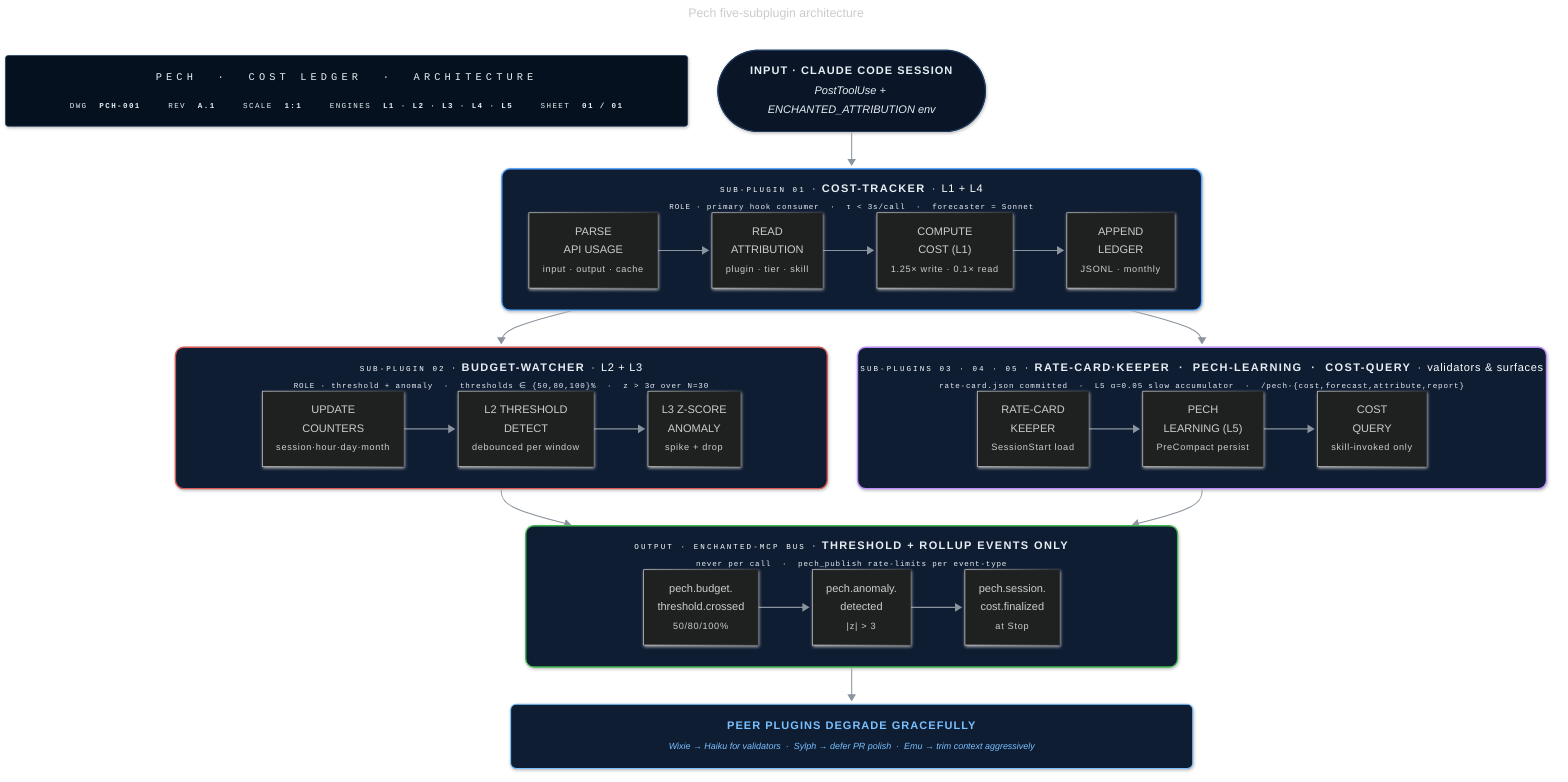
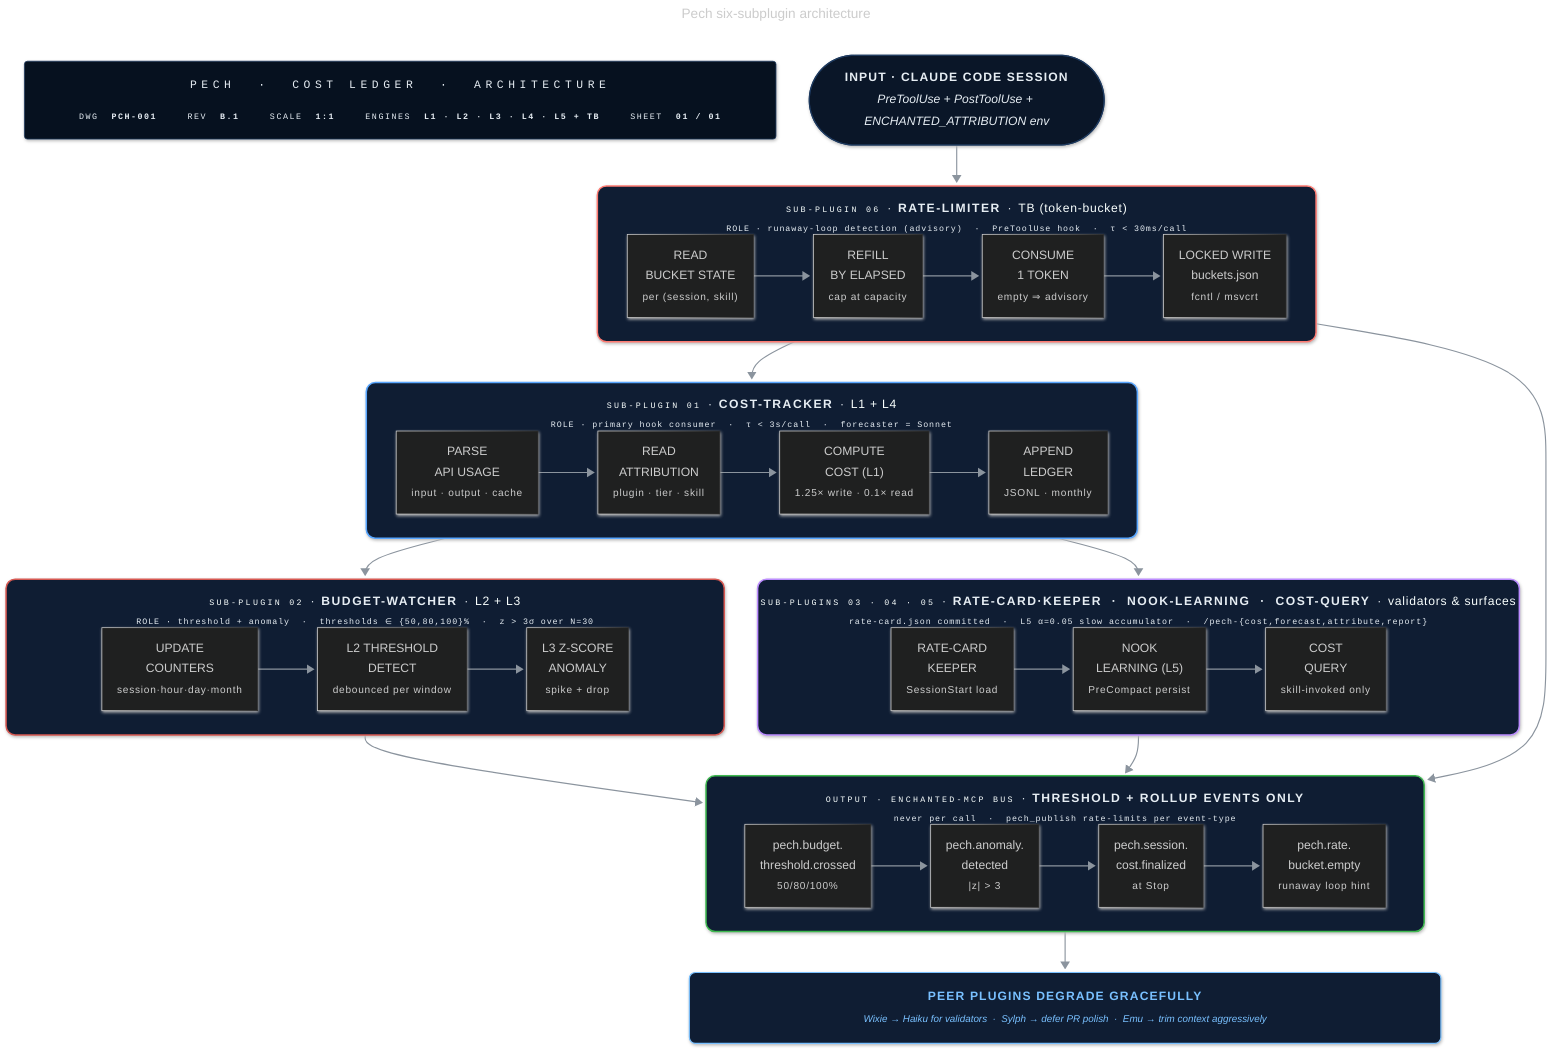
---
- title: Pech five-subplugin architecture
+ title: Pech six-subplugin architecture
config:
  look: neo
  theme: dark
  flowchart:
    curve: basis
    padding: 18
    nodeSpacing: 44
    rankSpacing: 54
    htmlLabels: true
    subGraphTitleMargin:
      top: 14
      bottom: 18
---
flowchart TB
-     TitleBlock["<div style='font-family:ui-monospace,SFMono-Regular,Consolas,monospace;text-align:center;min-width:940px;padding:6px 10px;line-height:1.8'><div style='color:#58a6ff;font-size:15px;letter-spacing:6px;border-bottom:1px solid #1e3a5f;padding-bottom:10px;margin-bottom:10px'>PECH &nbsp;·&nbsp; COST&nbsp;LEDGER &nbsp;·&nbsp; ARCHITECTURE</div><div style='display:flex;gap:40px;justify-content:center;font-size:11px;color:#8b949e;letter-spacing:2px'><span>DWG&nbsp;&nbsp;<b style='color:#e6edf3'>PCH-001</b></span><span>REV&nbsp;&nbsp;<b style='color:#e6edf3'>A.1</b></span><span>SCALE&nbsp;&nbsp;<b style='color:#e6edf3'>1:1</b></span><span>ENGINES&nbsp;&nbsp;<b style='color:#e6edf3'>L1&nbsp;·&nbsp;L2&nbsp;·&nbsp;L3&nbsp;·&nbsp;L4&nbsp;·&nbsp;L5</b></span><span>SHEET&nbsp;&nbsp;<b style='color:#e6edf3'>01&nbsp;/&nbsp;01</b></span></div></div>"]
+     TitleBlock["<div style='font-family:ui-monospace,SFMono-Regular,Consolas,monospace;text-align:center;min-width:940px;padding:6px 10px;line-height:1.8'><div style='color:#58a6ff;font-size:15px;letter-spacing:6px;border-bottom:1px solid #1e3a5f;padding-bottom:10px;margin-bottom:10px'>PECH &nbsp;·&nbsp; COST&nbsp;LEDGER &nbsp;·&nbsp; ARCHITECTURE</div><div style='display:flex;gap:40px;justify-content:center;font-size:11px;color:#8b949e;letter-spacing:2px'><span>DWG&nbsp;&nbsp;<b style='color:#e6edf3'>PCH-001</b></span><span>REV&nbsp;&nbsp;<b style='color:#e6edf3'>B.1</b></span><span>SCALE&nbsp;&nbsp;<b style='color:#e6edf3'>1:1</b></span><span>ENGINES&nbsp;&nbsp;<b style='color:#e6edf3'>L1&nbsp;·&nbsp;L2&nbsp;·&nbsp;L3&nbsp;·&nbsp;L4&nbsp;·&nbsp;L5&nbsp;+&nbsp;TB</b></span><span>SHEET&nbsp;&nbsp;<b style='color:#e6edf3'>01&nbsp;/&nbsp;01</b></span></div></div>"]

-     Session(["<div style='text-align:center;line-height:1.8;padding:4px 12px'><b style='letter-spacing:1.5px'>INPUT&nbsp;·&nbsp;CLAUDE&nbsp;CODE&nbsp;SESSION</b><br/><em style='color:#8b949e;font-size:13px;font-weight:400'>PostToolUse + ENCHANTED_ATTRIBUTION env</em></div>"])
+     Session(["<div style='text-align:center;line-height:1.8;padding:4px 12px'><b style='letter-spacing:1.5px'>INPUT&nbsp;·&nbsp;CLAUDE&nbsp;CODE&nbsp;SESSION</b><br/><em style='color:#8b949e;font-size:13px;font-weight:400'>PreToolUse + PostToolUse + ENCHANTED_ATTRIBUTION env</em></div>"])
+ 
+     subgraph RateGate["<div style='text-align:center;min-width:940px;line-height:2'><div><span style='font-family:ui-monospace,monospace;color:#8b949e;font-size:11px;letter-spacing:3px'>SUB-PLUGIN&nbsp;06</span>&nbsp;&nbsp;·&nbsp;&nbsp;<b style='letter-spacing:2px'>RATE-LIMITER</b>&nbsp;&nbsp;·&nbsp;&nbsp;<span style='color:#ff7b72;letter-spacing:1px'>TB&nbsp;(token-bucket)</span></div><div style='color:#6e7681;font-size:11px;font-family:ui-monospace,monospace;letter-spacing:1.2px'>ROLE&nbsp;·&nbsp;runaway-loop&nbsp;detection&nbsp;(advisory)&nbsp;&nbsp;·&nbsp;&nbsp;PreToolUse&nbsp;hook&nbsp;&nbsp;·&nbsp;&nbsp;τ&nbsp;&lt;&nbsp;30ms/call</div></div>"]
+         direction LR
+         bucket["<div style='text-align:center;line-height:1.7;padding:2px 4px'>READ<br/>BUCKET&nbsp;STATE<br/><small style='color:#6e7681;letter-spacing:1px'>per&nbsp;(session,&nbsp;skill)</small></div>"] --> refill["<div style='text-align:center;line-height:1.7;padding:2px 4px'>REFILL<br/>BY&nbsp;ELAPSED<br/><small style='color:#6e7681;letter-spacing:1px'>cap&nbsp;at&nbsp;capacity</small></div>"] --> consume["<div style='text-align:center;line-height:1.7;padding:2px 4px'>CONSUME<br/>1&nbsp;TOKEN<br/><small style='color:#6e7681;letter-spacing:1px'>empty&nbsp;⇒&nbsp;advisory</small></div>"] --> persist["<div style='text-align:center;line-height:1.7;padding:2px 4px'>LOCKED&nbsp;WRITE<br/>buckets.json<br/><small style='color:#6e7681;letter-spacing:1px'>fcntl&nbsp;/&nbsp;msvcrt</small></div>"]
+     end

    subgraph Observe["<div style='text-align:center;min-width:940px;line-height:2'><div><span style='font-family:ui-monospace,monospace;color:#8b949e;font-size:11px;letter-spacing:3px'>SUB-PLUGIN&nbsp;01</span>&nbsp;&nbsp;·&nbsp;&nbsp;<b style='letter-spacing:2px'>COST-TRACKER</b>&nbsp;&nbsp;·&nbsp;&nbsp;<span style='color:#58a6ff;letter-spacing:1px'>L1&nbsp;+&nbsp;L4</span></div><div style='color:#6e7681;font-size:11px;font-family:ui-monospace,monospace;letter-spacing:1.2px'>ROLE&nbsp;·&nbsp;primary&nbsp;hook&nbsp;consumer&nbsp;&nbsp;·&nbsp;&nbsp;τ&nbsp;&lt;&nbsp;3s/call&nbsp;&nbsp;·&nbsp;&nbsp;forecaster&nbsp;=&nbsp;Sonnet</div></div>"]
        direction LR
        parse["<div style='text-align:center;line-height:1.7;padding:2px 4px'>PARSE<br/>API&nbsp;USAGE<br/><small style='color:#6e7681;letter-spacing:1px'>input&nbsp;·&nbsp;output&nbsp;·&nbsp;cache</small></div>"] --> attr["<div style='text-align:center;line-height:1.7;padding:2px 4px'>READ<br/>ATTRIBUTION<br/><small style='color:#6e7681;letter-spacing:1px'>plugin&nbsp;·&nbsp;tier&nbsp;·&nbsp;skill</small></div>"] --> cost["<div style='text-align:center;line-height:1.7;padding:2px 4px'>COMPUTE<br/>COST&nbsp;(L1)<br/><small style='color:#6e7681;letter-spacing:1px'>1.25×&nbsp;write&nbsp;·&nbsp;0.1×&nbsp;read</small></div>"] --> ledger["<div style='text-align:center;line-height:1.7;padding:2px 4px'>APPEND<br/>LEDGER<br/><small style='color:#6e7681;letter-spacing:1px'>JSONL&nbsp;·&nbsp;monthly</small></div>"]
    end

    subgraph Guard["<div style='text-align:center;min-width:940px;line-height:2'><div><span style='font-family:ui-monospace,monospace;color:#8b949e;font-size:11px;letter-spacing:3px'>SUB-PLUGIN&nbsp;02</span>&nbsp;&nbsp;·&nbsp;&nbsp;<b style='letter-spacing:2px'>BUDGET-WATCHER</b>&nbsp;&nbsp;·&nbsp;&nbsp;<span style='color:#3fb950;letter-spacing:1px'>L2&nbsp;+&nbsp;L3</span></div><div style='color:#6e7681;font-size:11px;font-family:ui-monospace,monospace;letter-spacing:1.2px'>ROLE&nbsp;·&nbsp;threshold&nbsp;+&nbsp;anomaly&nbsp;&nbsp;·&nbsp;&nbsp;thresholds&nbsp;∈&nbsp;{50,80,100}%&nbsp;&nbsp;·&nbsp;&nbsp;z&nbsp;&gt;&nbsp;3σ&nbsp;over&nbsp;N=30</div></div>"]
        direction LR
        counters["<div style='text-align:center;line-height:1.7;padding:2px 4px'>UPDATE<br/>COUNTERS<br/><small style='color:#6e7681;letter-spacing:1px'>session·hour·day·month</small></div>"] --> threshold["<div style='text-align:center;line-height:1.7;padding:2px 4px'>L2&nbsp;THRESHOLD<br/>DETECT<br/><small style='color:#6e7681;letter-spacing:1px'>debounced&nbsp;per&nbsp;window</small></div>"] --> anomaly["<div style='text-align:center;line-height:1.7;padding:2px 4px'>L3&nbsp;Z-SCORE<br/>ANOMALY<br/><small style='color:#6e7681;letter-spacing:1px'>spike&nbsp;+&nbsp;drop</small></div>"]
    end

-     subgraph Support["<div style='text-align:center;min-width:940px;line-height:2'><div><span style='font-family:ui-monospace,monospace;color:#8b949e;font-size:11px;letter-spacing:3px'>SUB-PLUGINS&nbsp;03&nbsp;·&nbsp;04&nbsp;·&nbsp;05</span>&nbsp;&nbsp;·&nbsp;&nbsp;<b style='letter-spacing:2px'>RATE-CARD·KEEPER&nbsp;&nbsp;·&nbsp;&nbsp;PECH-LEARNING&nbsp;&nbsp;·&nbsp;&nbsp;COST-QUERY</b>&nbsp;&nbsp;·&nbsp;&nbsp;<span style='color:#bc8cff;letter-spacing:1px'>validators&nbsp;&amp;&nbsp;surfaces</span></div><div style='color:#6e7681;font-size:11px;font-family:ui-monospace,monospace;letter-spacing:1.2px'>rate-card.json&nbsp;committed&nbsp;&nbsp;·&nbsp;&nbsp;L5&nbsp;α=0.05&nbsp;slow&nbsp;accumulator&nbsp;&nbsp;·&nbsp;&nbsp;/pech-{cost,forecast,attribute,report}</div></div>"]
+     subgraph Support["<div style='text-align:center;min-width:940px;line-height:2'><div><span style='font-family:ui-monospace,monospace;color:#8b949e;font-size:11px;letter-spacing:3px'>SUB-PLUGINS&nbsp;03&nbsp;·&nbsp;04&nbsp;·&nbsp;05</span>&nbsp;&nbsp;·&nbsp;&nbsp;<b style='letter-spacing:2px'>RATE-CARD·KEEPER&nbsp;&nbsp;·&nbsp;&nbsp;NOOK-LEARNING&nbsp;&nbsp;·&nbsp;&nbsp;COST-QUERY</b>&nbsp;&nbsp;·&nbsp;&nbsp;<span style='color:#bc8cff;letter-spacing:1px'>validators&nbsp;&amp;&nbsp;surfaces</span></div><div style='color:#6e7681;font-size:11px;font-family:ui-monospace,monospace;letter-spacing:1.2px'>rate-card.json&nbsp;committed&nbsp;&nbsp;·&nbsp;&nbsp;L5&nbsp;α=0.05&nbsp;slow&nbsp;accumulator&nbsp;&nbsp;·&nbsp;&nbsp;/pech-{cost,forecast,attribute,report}</div></div>"]
        direction LR
-         ratecard["<div style='text-align:center;line-height:1.7;padding:2px 4px'>RATE-CARD<br/>KEEPER<br/><small style='color:#6e7681;letter-spacing:1px'>SessionStart&nbsp;load</small></div>"] --> learn["<div style='text-align:center;line-height:1.7;padding:2px 4px'>PECH<br/>LEARNING&nbsp;(L5)<br/><small style='color:#6e7681;letter-spacing:1px'>PreCompact&nbsp;persist</small></div>"] --> query["<div style='text-align:center;line-height:1.7;padding:2px 4px'>COST<br/>QUERY<br/><small style='color:#6e7681;letter-spacing:1px'>skill-invoked&nbsp;only</small></div>"]
+         ratecard["<div style='text-align:center;line-height:1.7;padding:2px 4px'>RATE-CARD<br/>KEEPER<br/><small style='color:#6e7681;letter-spacing:1px'>SessionStart&nbsp;load</small></div>"] --> learn["<div style='text-align:center;line-height:1.7;padding:2px 4px'>NOOK<br/>LEARNING&nbsp;(L5)<br/><small style='color:#6e7681;letter-spacing:1px'>PreCompact&nbsp;persist</small></div>"] --> query["<div style='text-align:center;line-height:1.7;padding:2px 4px'>COST<br/>QUERY<br/><small style='color:#6e7681;letter-spacing:1px'>skill-invoked&nbsp;only</small></div>"]
    end

    subgraph Bus["<div style='text-align:center;min-width:940px;line-height:2'><div><span style='font-family:ui-monospace,monospace;color:#8b949e;font-size:11px;letter-spacing:3px'>OUTPUT&nbsp;·&nbsp;ENCHANTED-MCP&nbsp;BUS</span>&nbsp;&nbsp;·&nbsp;&nbsp;<b style='letter-spacing:2px'>THRESHOLD&nbsp;+&nbsp;ROLLUP&nbsp;EVENTS&nbsp;ONLY</b></div><div style='color:#6e7681;font-size:11px;font-family:ui-monospace,monospace;letter-spacing:1.2px'>never&nbsp;per&nbsp;call&nbsp;&nbsp;·&nbsp;&nbsp;pech_publish&nbsp;rate-limits&nbsp;per&nbsp;event-type</div></div>"]
        direction LR
-         evt1["<div style='text-align:center;line-height:1.7;padding:2px 4px'>pech.budget.<br/>threshold.crossed<br/><small style='color:#6e7681;letter-spacing:1px'>50/80/100%</small></div>"] --> evt2["<div style='text-align:center;line-height:1.7;padding:2px 4px'>pech.anomaly.<br/>detected<br/><small style='color:#6e7681;letter-spacing:1px'>|z|&nbsp;&gt;&nbsp;3</small></div>"] --> evt3["<div style='text-align:center;line-height:1.7;padding:2px 4px'>pech.session.<br/>cost.finalized<br/><small style='color:#6e7681;letter-spacing:1px'>at&nbsp;Stop</small></div>"]
+         evt1["<div style='text-align:center;line-height:1.7;padding:2px 4px'>pech.budget.<br/>threshold.crossed<br/><small style='color:#6e7681;letter-spacing:1px'>50/80/100%</small></div>"] --> evt2["<div style='text-align:center;line-height:1.7;padding:2px 4px'>pech.anomaly.<br/>detected<br/><small style='color:#6e7681;letter-spacing:1px'>|z|&nbsp;&gt;&nbsp;3</small></div>"] --> evt3["<div style='text-align:center;line-height:1.7;padding:2px 4px'>pech.session.<br/>cost.finalized<br/><small style='color:#6e7681;letter-spacing:1px'>at&nbsp;Stop</small></div>"] --> evt4["<div style='text-align:center;line-height:1.7;padding:2px 4px'>pech.rate.<br/>bucket.empty<br/><small style='color:#6e7681;letter-spacing:1px'>runaway&nbsp;loop&nbsp;hint</small></div>"]
    end

    Peers["<div style='text-align:center;min-width:940px;line-height:1.8;padding:6px 10px'><b style='letter-spacing:1.5px;color:#79c0ff'>PEER&nbsp;PLUGINS&nbsp;DEGRADE&nbsp;GRACEFULLY</b><br/><em style='color:#8b949e;font-size:13px;font-weight:400'>Wixie → Haiku for validators &nbsp;·&nbsp; Sylph → defer PR polish &nbsp;·&nbsp; Emu → trim context aggressively</em></div>"]

-     Session --> Observe
+     Session --> RateGate
+     RateGate --> Observe
    Observe --> Guard
    Observe --> Support
    Guard --> Bus
    Support --> Bus
+     RateGate --> Bus
    Bus --> Peers

    classDef titleBlock fill:#06111f,stroke:#1e3a5f,stroke-width:1px,color:#e6edf3,rx:4,ry:4
    classDef session fill:#0a1628,stroke:#1e3a5f,stroke-width:1.5px,color:#e6edf3,rx:10,ry:10
    classDef peers fill:#0f1d33,stroke:#79c0ff,stroke-width:1.5px,color:#79c0ff,rx:8,ry:8

    class TitleBlock titleBlock
    class Session session
    class Peers peers

+     style RateGate fill:#0f1d33,stroke:#ff7b72,stroke-width:2px,color:#e6edf3,rx:12,ry:12
    style Observe fill:#0f1d33,stroke:#58a6ff,stroke-width:2px,color:#e6edf3,rx:12,ry:12
    style Guard fill:#0f1d33,stroke:#d75952,stroke-width:2px,color:#e6edf3,rx:12,ry:12
    style Support fill:#0f1d33,stroke:#bc8cff,stroke-width:2px,color:#e6edf3,rx:12,ry:12
    style Bus fill:#0f1d33,stroke:#3fb950,stroke-width:2px,color:#e6edf3,rx:12,ry:12

    linkStyle default stroke:#8b949e,stroke-width:1.5px
